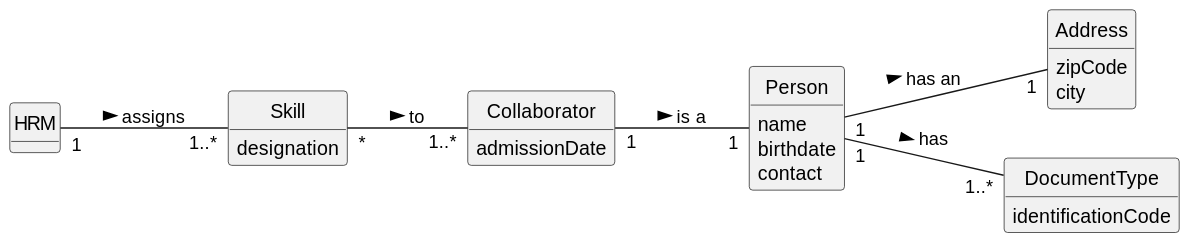
This is docs/sprintB/us004/02.analysis/svg/us004-domain-model.svg from ricardomm7/leaflink, a PlantUML export, as it was before one commit.
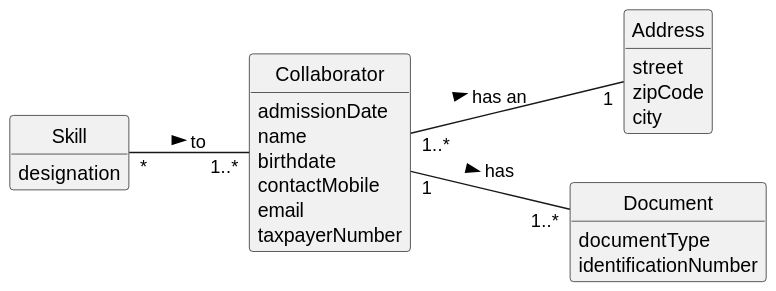
The same diagram one commit later.

Change to the diagram source:
```diff
@@ -9,8 +9,6 @@
 hide circle
 hide methods
 
-class HRM {
-}
 
 class Skill {
     designation
@@ -18,27 +16,27 @@
 
 class Collaborator {
     admissionDate
+    name
+    birthdate
+    contactMobile
+    email
+    taxpayerNumber
 }
 
-class Person {
-    name
-    birthdate
-    contact
-}
 
 class Address{
+    street
     zipCode
     city
 }
 
-class DocumentType{
-  identificationCode
+class Document{
+    documentType
+    identificationNumber
 }
 
-Person "1"--"1" Address: has an >
-HRM "1" -- "1..*" Skill : assigns >
-Collaborator  "1"--"1"  Person: is a >
-Person  "1"--"1..*"  DocumentType: has >
+Collaborator "1..*"--"1" Address: has an >
+Collaborator  "1"--"1..*"  Document: has >
 
 Skill "*" -- "1..*" Collaborator : to >
 @enduml
```
